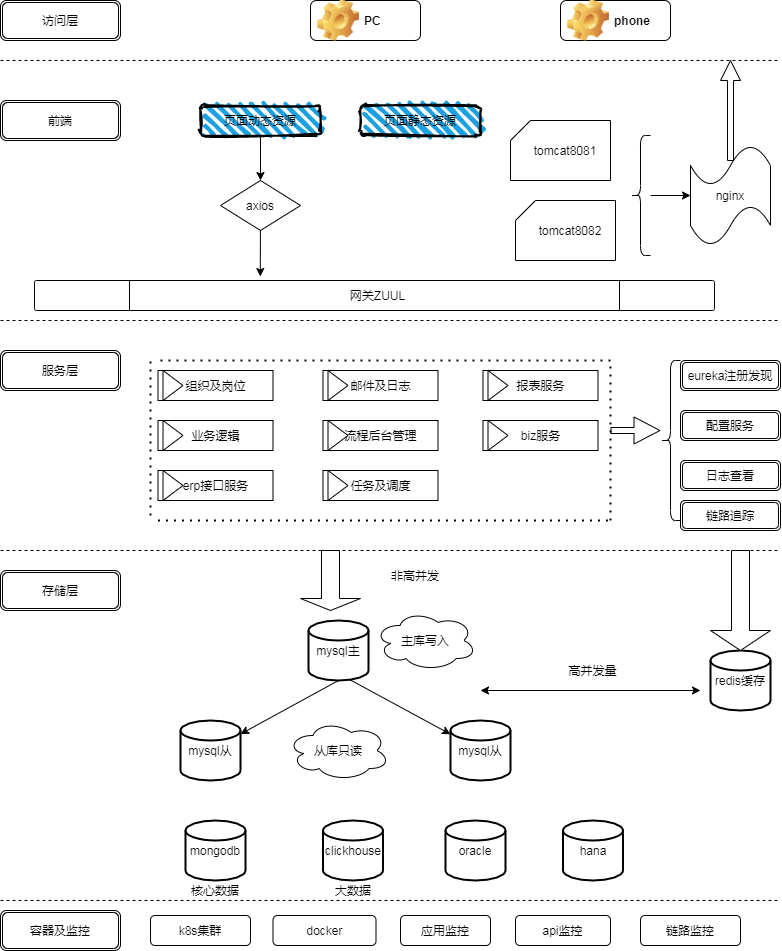
The draw.io diagram BPM流程中心.png in daofuzhang/demo, before a commit. Source tidied: cells renumbered, new cells last; positions are measured from the earlier drawing's top-left corner, leaving out a move shared by most shapes.
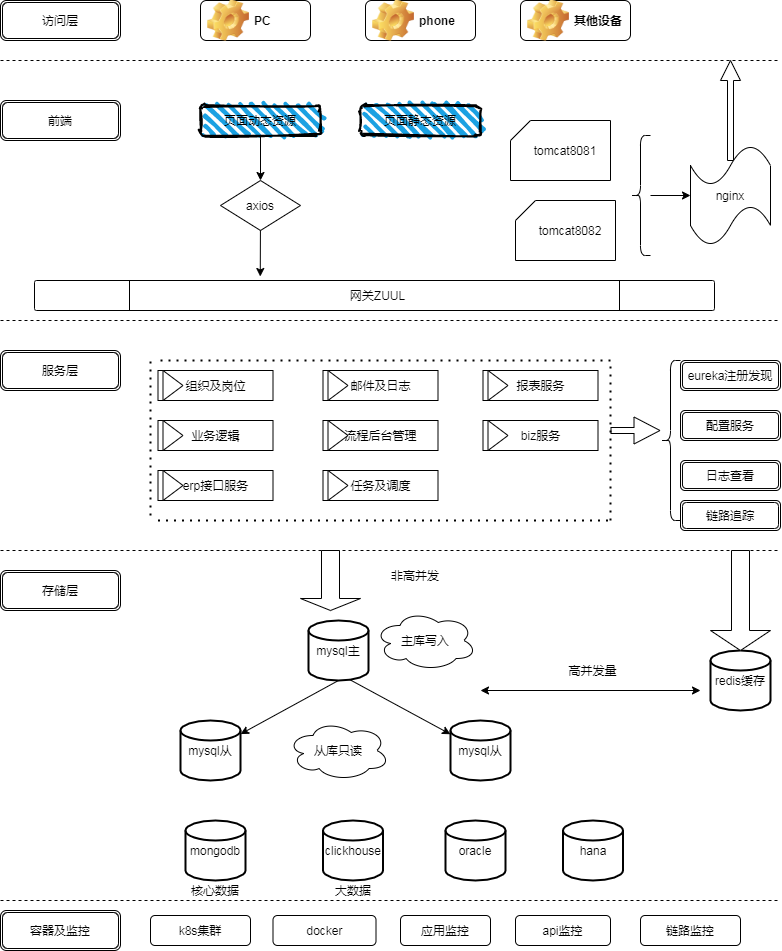
The same file after the commit.

Diff of the diagram source:
```diff
@@ -18,10 +18,10 @@
       <mxGeometry width="120" height="40" as="geometry" />
     </mxCell>
     <mxCell id="5" value="PC" style="label;whiteSpace=wrap;html=1;image=img/clipart/Gear_128x128.png;" parent="1" vertex="1">
-      <mxGeometry x="310" width="110" height="40" as="geometry" />
+      <mxGeometry x="200" width="110" height="40" as="geometry" />
     </mxCell>
     <mxCell id="6" value="phone" style="label;whiteSpace=wrap;html=1;image=img/clipart/Gear_128x128.png;" parent="1" vertex="1">
-      <mxGeometry x="560" width="110" height="40" as="geometry" />
+      <mxGeometry x="365" width="110" height="40" as="geometry" />
     </mxCell>
     <mxCell id="7" value="前端" style="shape=ext;double=1;rounded=1;whiteSpace=wrap;html=1;" parent="1" vertex="1">
       <mxGeometry y="100" width="120" height="40" as="geometry" />
@@ -260,5 +260,8 @@
     <mxCell id="77" value="链路监控" style="rounded=1;whiteSpace=wrap;html=1;" parent="1" vertex="1">
       <mxGeometry x="640" y="915" width="100" height="30" as="geometry" />
     </mxCell>
+    <mxCell id="78" value="其他设备" style="label;whiteSpace=wrap;html=1;image=img/clipart/Gear_128x128.png;" parent="1" vertex="1">
+      <mxGeometry x="520" width="110" height="40" as="geometry" />
+    </mxCell>
   </root>
 </mxGraphModel>
```
